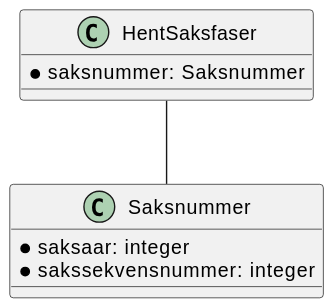
The PlantUML diagram Dokumentasjon/V1/ClassDiagrams/no.ks.fiks.saksfaser.v1.saksfaser.hent/classdiagram.svg in ks-no/fiks-saksfaser-specification, before a commit.
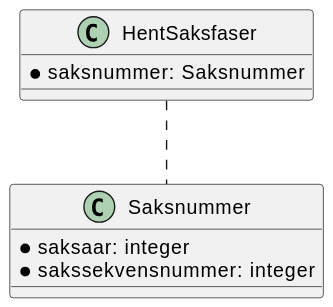
After the change.

What changed in the source:
```diff
@@ -5,5 +5,5 @@
     *saksnummer: Saksnummer
 }
 
-HentSaksfaser -- Saksnummer
+HentSaksfaser .. Saksnummer
 @enduml
```
